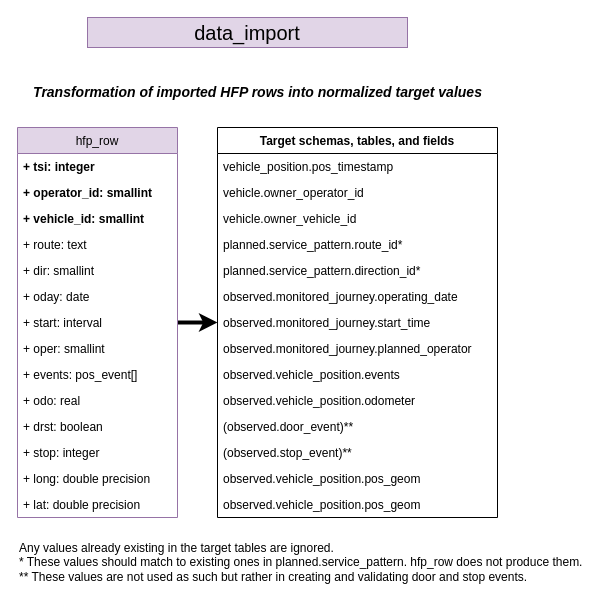
Before: page "import-schema" (2 of 3) of docs/tlt-diagrams.drawio in HSLdevcom/toimivuus, a draw.io diagram. Source tidied: cells renumbered, new cells numbered last; positions are measured from the earlier drawing's top-left corner, leaving out a move shared by most shapes. Both pictures are drawn from the tidied source at 100%, with x=0, y=0 at pixel (17, 17).
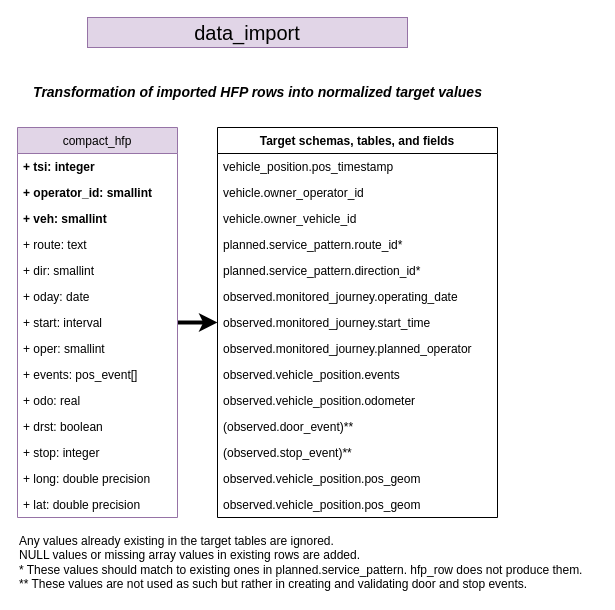
After the change.

Commit message (it also covers changes not shown here):
Update data_import diagram

Change to the diagram source:
```diff
@@
-<mxGraphModel>
+<mxGraphModel background="#ffffff">
@@
-    <mxCell id="3" value="hfp_row" style="swimlane;fontStyle=0;horizontal=1;startSize=26;fillColor=#e1d5e7;strokeColor=#9673a6;" parent="1" vertex="1">
+    <mxCell id="3" value="compact_hfp" style="swimlane;fontStyle=0;horizontal=1;startSize=26;fillColor=#e1d5e7;strokeColor=#9673a6;" parent="1" vertex="1">
       <mxGeometry y="110" width="160" height="390" as="geometry" />
     </mxCell>
@@
-    <mxCell id="6" value="+ vehicle_id: smallint" style="text;strokeColor=none;fillColor=none;align=left;verticalAlign=top;spacingLeft=4;spacingRight=4;overflow=hidden;fontStyle=1;" parent="3" vertex="1">
+    <mxCell id="6" value="+ veh: smallint" style="text;strokeColor=none;fillColor=none;align=left;verticalAlign=top;spacingLeft=4;spacingRight=4;overflow=hidden;fontStyle=1;" parent="3" vertex="1">
       <mxGeometry y="78" width="160" height="26" as="geometry" />
     </mxCell>
@@
-    <mxCell id="34" value="Any values already existing in the target tables are ignored.&lt;br&gt;* These values should match to existing ones in planned.service_pattern. hfp_row does not produce them.&lt;br&gt;** These values are not used as such but rather in creating and validating door and stop events.&amp;nbsp;" style="text;html=1;align=left;verticalAlign=middle;" parent="1" vertex="1">
-      <mxGeometry y="520" width="580" height="50" as="geometry" />
+    <mxCell id="34" value="Any values already existing in the target tables are ignored.&lt;br&gt;NULL values or missing array values in existing rows are added.&lt;br&gt;* These values should match to existing ones in planned.service_pattern. hfp_row does not produce them.&lt;br&gt;** These values are not used as such but rather in creating and validating door and stop events.&amp;nbsp;" style="text;html=1;align=left;verticalAlign=middle;" parent="1" vertex="1">
+      <mxGeometry y="515" width="580" height="60" as="geometry" />
     </mxCell>
```
